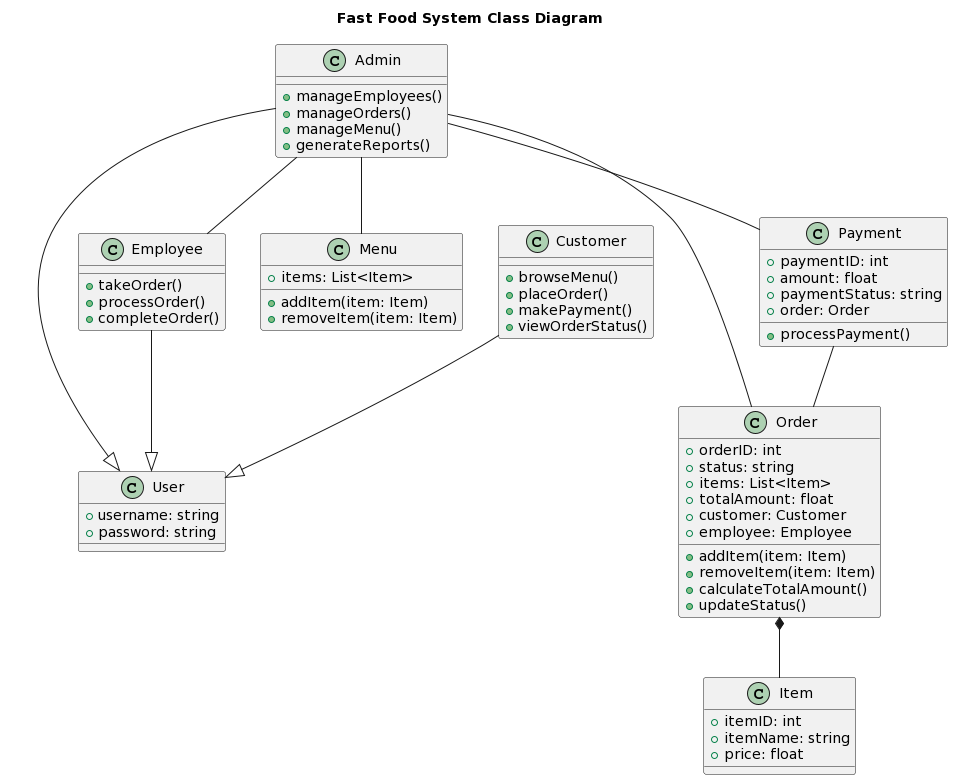
The PlantUML diagram Lab 1.2/Class Diagram/Class Diagram.png in VietQuoc29/SE357-Pratice-class, before a commit.
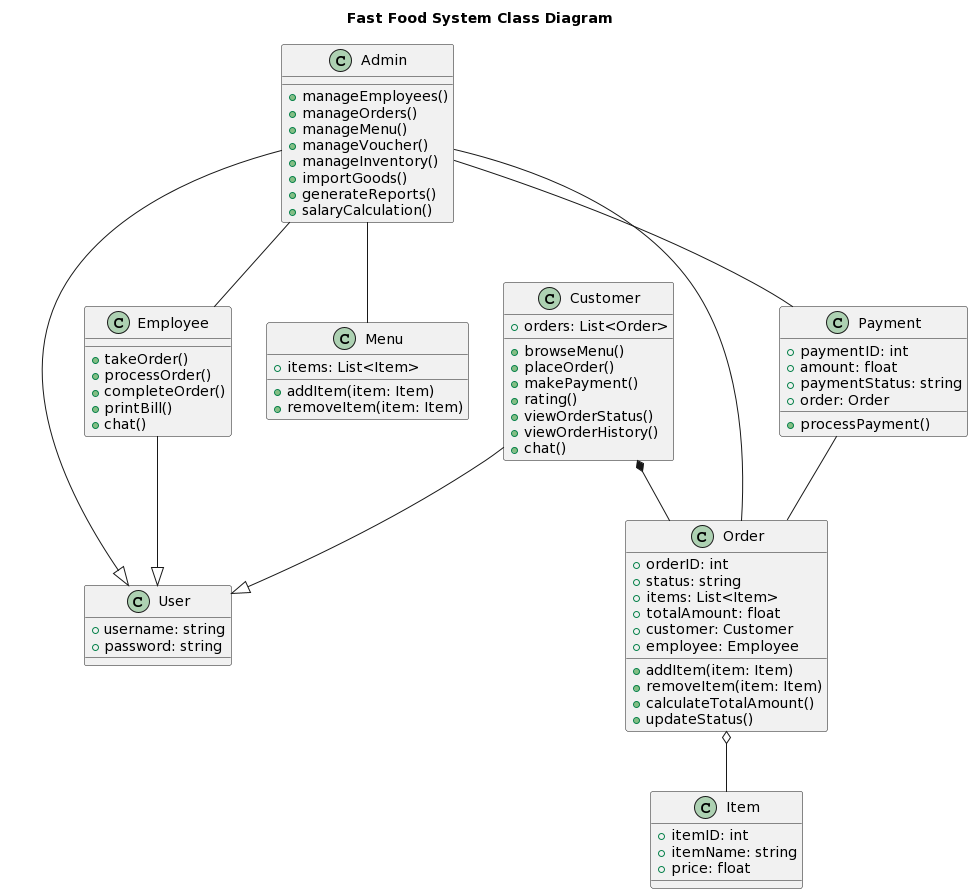
The same file after the commit.

Change to the diagram source:
```diff
@@ -10,20 +10,30 @@
   + manageEmployees()
   + manageOrders()
   + manageMenu()
+  + manageVoucher()
+  + manageInventory()
+  + importGoods()
   + generateReports()
+  + salaryCalculation()
 }
 
 class Customer {
+  + orders: List<Order>
   + browseMenu()
   + placeOrder()
   + makePayment()
+  + rating()
   + viewOrderStatus()
+  + viewOrderHistory()
+  + chat()
 }
 
 class Employee {
   + takeOrder()
   + processOrder()
   + completeOrder()
+  + printBill()
+  + chat()
 }
 
 class Menu {
@@ -68,6 +78,7 @@
 Admin -- Order
 Admin -- Payment
 Admin -- Employee
-Order *-- Item
+Order o-- Item
+Customer *-- Order
 Payment -- Order
 @enduml
```
